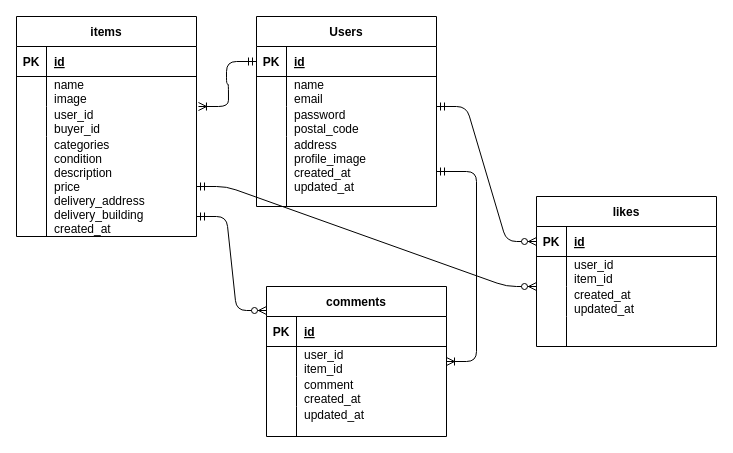
The draw.io diagram src/public/images/er.dio in H1g4s4/market, before the edit. Source tidied: cells renumbered, new cells numbered last; positions are measured from the earlier drawing's top-left corner, leaving out a move shared by most shapes. Both pictures are drawn from the tidied source at 100%, with x=0, y=0 at pixel (16, 16).
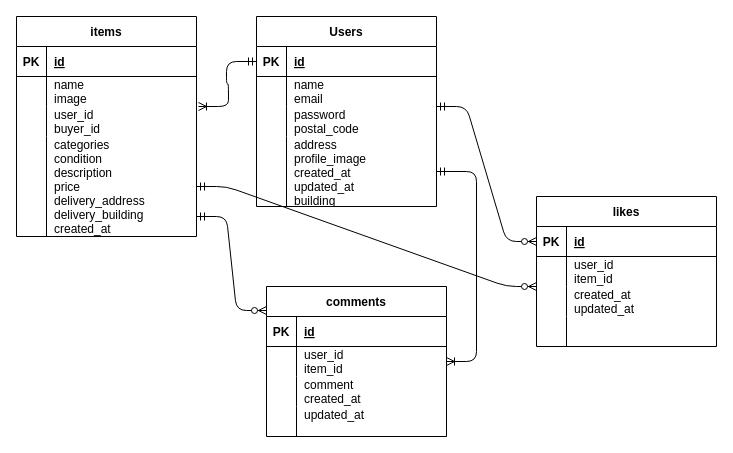
After the change.

The change refers to these unchanged cells:
```xml
<mxCell id="12" style="shape=tableRow;horizontal=0;startSize=0;swimlaneHead=0;swimlaneBody=0;fillColor=none;points=[[0,0.5],[1,0.5]];portConstraint=eastwest;top=0;left=0;right=0;bottom=0;" parent="2" vertex="1">
  <mxGeometry y="120" width="180" height="70" as="geometry" />
</mxCell>
```

Diff of the diagram source:
```diff
@@
-    <mxCell id="14" value="address&#10;profile_image&#10;created_at&#10;updated_at&#10;" style="shape=partialRectangle;fillColor=none;top=0;left=0;bottom=0;right=0;align=left;spacingLeft=6;overflow=hidden;" parent="12" vertex="1">
+    <mxCell id="14" value="address&#10;profile_image&#10;created_at&#10;updated_at&#10;building" style="shape=partialRectangle;fillColor=none;top=0;left=0;bottom=0;right=0;align=left;spacingLeft=6;overflow=hidden;" parent="12" vertex="1">
       <mxGeometry x="30" width="150" height="70" as="geometry" />
     </mxCell>
```
